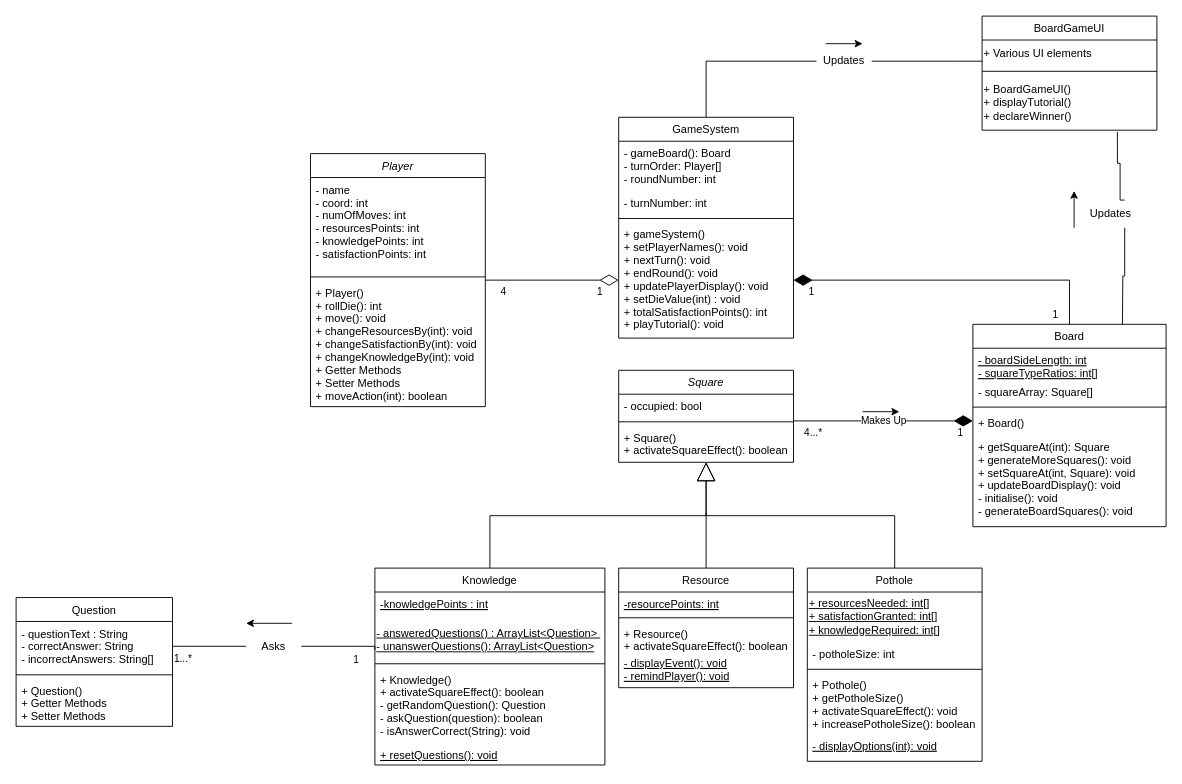
Above: Deliverables/Semester 1/PDF Report/Diagrams/UML_Class_Diagram.drawio in Xelodico/engineers-without-borders (draw.io), before the change. Source tidied: cells renumbered, new cells numbered last; positions are measured from the earlier drawing's top-left corner, leaving out a move shared by most shapes. Both pictures are drawn from the tidied source at 92%, with x=0, y=0 at pixel (16, 16).
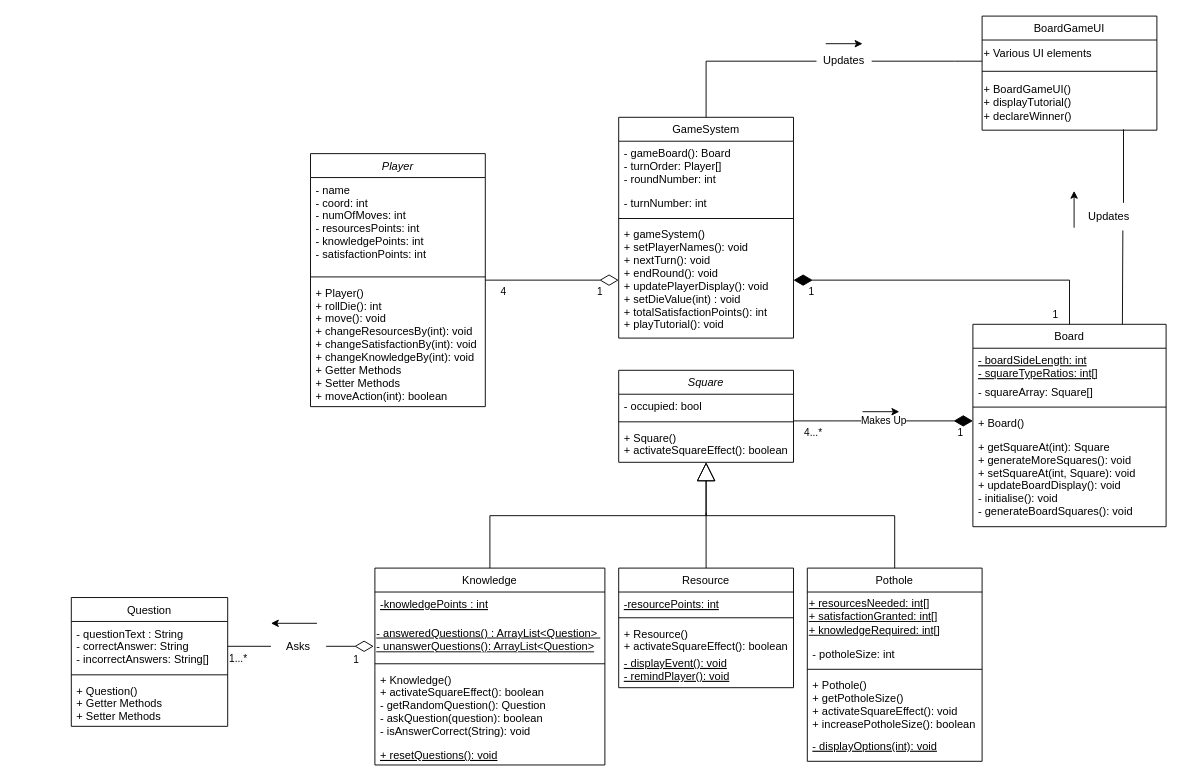
Above is the later version.

Commit message:
- Changed the relationship between Question-Knowledge to be aggregate - Straightened association lines

Unchanged cells that the change refers to:
```xml
<mxCell id="8" value="&lt;u&gt;- answeredQuestions() : ArrayList&amp;lt;Question&amp;gt;&amp;nbsp;&lt;/u&gt;&lt;div&gt;&lt;u&gt;- unanswerQuestions(): ArrayList&amp;lt;Question&amp;gt;&lt;/u&gt;&lt;/div&gt;" style="text;html=1;align=left;verticalAlign=middle;whiteSpace=wrap;rounded=0;" parent="6" vertex="1">
  <mxGeometry y="56" width="250" height="44" as="geometry" />
</mxCell>
<mxCell id="56" value="+ BoardGameUI()&lt;div&gt;+ displayTutorial()&lt;/div&gt;&lt;div&gt;+ declareWinner()&lt;/div&gt;" style="text;html=1;align=left;verticalAlign=middle;points=[];strokeColor=none;fillColor=none;" parent="53" vertex="1">
  <mxGeometry y="64" width="190" height="60" as="geometry" />
</mxCell>
```

Diff of the diagram source:
```diff
@@
     <mxCell id="40" value="Question" style="swimlane;fontStyle=0;align=center;verticalAlign=top;horizontal=1;startSize=26;rounded=0;shadow=0;strokeWidth=1;" parent="1" vertex="1">
-      <mxGeometry y="632" width="170" height="140" as="geometry" />
+      <mxGeometry x="60" y="632" width="170" height="140" as="geometry" />
     </mxCell>
@@
-    <mxCell id="44" style="edgeStyle=orthogonalEdgeStyle;rounded=0;jettySize=auto;html=1;exitX=1;exitY=0.5;exitDx=0;exitDy=0;entryX=0;entryY=0.75;entryDx=0;entryDy=0;endArrow=none;endFill=0;" parent="1" edge="1" source="67" target="8">
-      <mxGeometry relative="1" as="geometry">
-        <Array as="points">
-          <mxPoint x="390" y="685" />
-        </Array>
-      </mxGeometry>
+    <mxCell id="44" style="edgeStyle=orthogonalEdgeStyle;rounded=0;jettySize=auto;html=1;exitX=1;exitY=0.5;exitDx=0;exitDy=0;endArrow=diamondThin;endFill=0;endSize=18;startSize=18;entryX=-0.005;entryY=0.659;entryDx=0;entryDy=0;entryPerimeter=0;" parent="1" edge="1" source="67" target="8">
+      <mxGeometry relative="1" as="geometry" />
     </mxCell>
@@
-    <mxCell id="57" style="endArrow=none;html=1;rounded=0;exitX=0.75;exitY=0;exitDx=0;exitDy=0;edgeStyle=orthogonalEdgeStyle;entryX=0.774;entryY=1.033;entryDx=0;entryDy=0;entryPerimeter=0;" parent="1" edge="1" source="62" target="56">
+    <mxCell id="57" style="endArrow=none;html=1;rounded=0;exitX=0.75;exitY=0;exitDx=0;exitDy=0;edgeStyle=orthogonalEdgeStyle;entryX=0.809;entryY=0.985;entryDx=0;entryDy=0;entryPerimeter=0;" parent="1" edge="1" source="62" target="56">
       <mxGeometry relative="1" as="geometry">
         <Array as="points">
-          <mxPoint x="1200" y="200" />
-          <mxPoint x="1200" y="160" />
-          <mxPoint x="1197" y="160" />
+          <mxPoint x="1203" y="123" />
         </Array>
       </mxGeometry>
     </mxCell>
@@
     <mxCell id="62" value="Updates" style="text;html=1;align=center;verticalAlign=middle;whiteSpace=wrap;rounded=0;" parent="1" vertex="1">
-      <mxGeometry x="1160" y="200" width="60" height="30" as="geometry" />
+      <mxGeometry x="1158" y="203" width="60" height="30" as="geometry" />
     </mxCell>
@@
     <mxCell id="67" value="Asks" style="text;html=1;align=center;verticalAlign=middle;whiteSpace=wrap;rounded=0;" parent="1" vertex="1">
-      <mxGeometry x="250" y="670" width="60" height="30" as="geometry" />
+      <mxGeometry x="277" y="670" width="60" height="30" as="geometry" />
     </mxCell>
     <mxCell id="68" style="endArrow=classic;html=1;rounded=0;" parent="1" edge="1">
       <mxGeometry relative="1" as="geometry">
-        <mxPoint x="300" y="660" as="sourcePoint" />
-        <mxPoint x="250" y="660" as="targetPoint" />
+        <mxPoint x="327" y="660" as="sourcePoint" />
+        <mxPoint x="277" y="660" as="targetPoint" />
       </mxGeometry>
     </mxCell>
@@
     <mxCell id="71" value="&lt;span style=&quot;color: rgb(0, 0, 0); font-family: Helvetica; font-size: 11px; font-style: normal; font-variant-ligatures: normal; font-variant-caps: normal; font-weight: 400; letter-spacing: normal; orphans: 2; text-align: center; text-indent: 0px; text-transform: none; widows: 2; word-spacing: 0px; -webkit-text-stroke-width: 0px; white-space: normal; background-color: rgb(251, 251, 251); text-decoration-thickness: initial; text-decoration-style: initial; text-decoration-color: initial; display: inline !important; float: none;&quot;&gt;1...*&lt;/span&gt;" style="text;whiteSpace=wrap;html=1;" parent="1" vertex="1">
-      <mxGeometry x="170" y="685" width="40" height="40" as="geometry" />
+      <mxGeometry x="230" y="685" width="40" height="40" as="geometry" />
     </mxCell>
```
